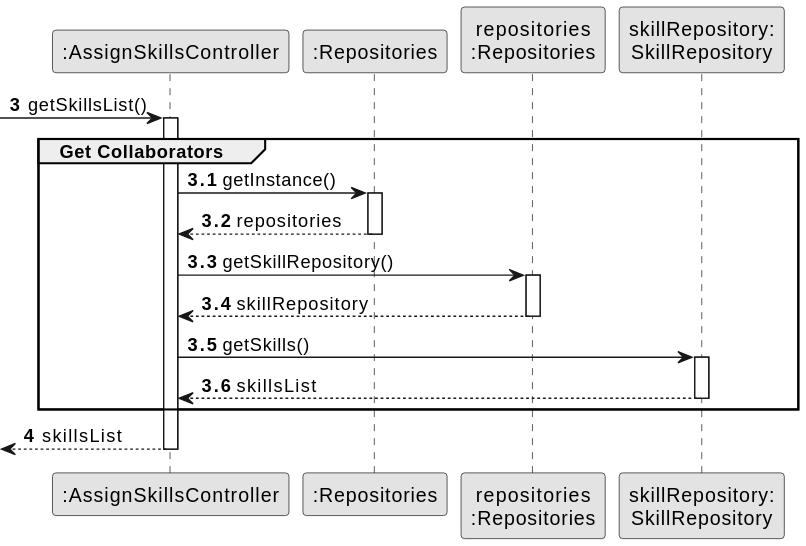
Earlier version of the PlantUML export docs/sprintB/us004/03.design/svg/us004-sequence-diagram-partial-get-skills.svg (Departamento-de-Engenharia-Informatica/lei-24-s2-1dm-g132). The source it was exported from:
```plantuml
@startuml
skinparam monochrome true
skinparam packageStyle rectangle
skinparam shadowing false

participant ":AssignSkillsController" as CTRL
participant ":Repositories" as RepositorySingleton
participant "repositories\n:Repositories" as PLAT
participant "skillRepository:\nSkillRepository" as SkillRepository

autonumber 3
-> CTRL : getSkillsList()

autonumber 3.1

activate CTRL
    group Get Collaborators
           CTRL -> RepositorySingleton : getInstance()
           activate RepositorySingleton

           RepositorySingleton --> CTRL: repositories
           deactivate RepositorySingleton

           CTRL -> PLAT : getSkillRepository()
           activate PLAT

           PLAT --> CTRL: skillRepository
           deactivate PLAT

           CTRL -> SkillRepository : getSkills()
           activate SkillRepository

           SkillRepository --> CTRL : skillsList
           deactivate SkillRepository

    end group

    autonumber 4
    <-- CTRL : skillsList

deactivate CTRL
@enduml
```
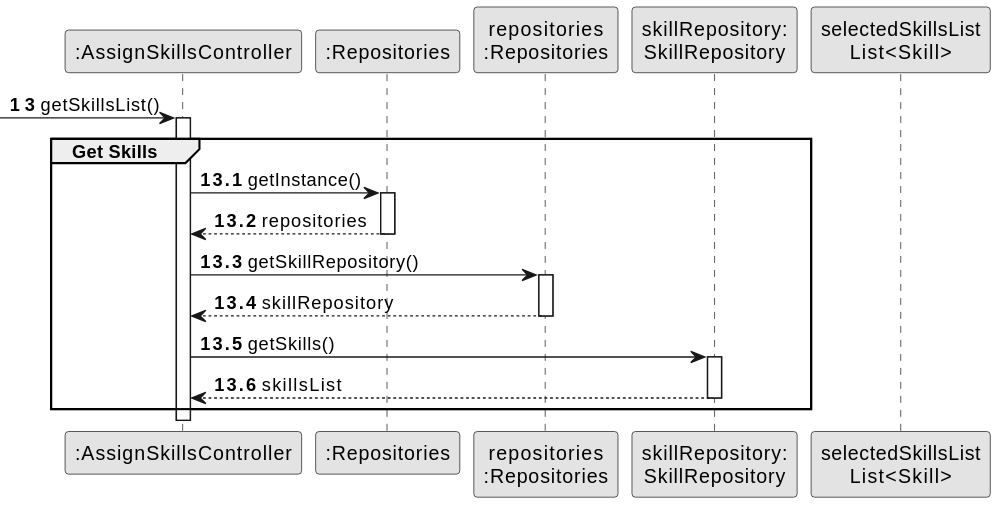
The same file after the commit.

Commit message:
US04 updated partial diagrams and respective svg files

What changed in the source:
```diff
@@ -7,14 +7,15 @@
 participant ":Repositories" as RepositorySingleton
 participant "repositories\n:Repositories" as PLAT
 participant "skillRepository:\nSkillRepository" as SkillRepository
+participant "selectedSkillsList\nList<Skill>" as selectedSkillsList
 
-autonumber 3
+autonumber 13
 -> CTRL : getSkillsList()
 
-autonumber 3.1
+autonumber 13.1
 
 activate CTRL
-    group Get Collaborators
+    group Get Skills
            CTRL -> RepositorySingleton : getInstance()
            activate RepositorySingleton
 
@@ -33,10 +34,5 @@
            SkillRepository --> CTRL : skillsList
            deactivate SkillRepository
 
-    end group
-
-    autonumber 4
-    <-- CTRL : skillsList
-
-deactivate CTRL
+end group
 @enduml
```
